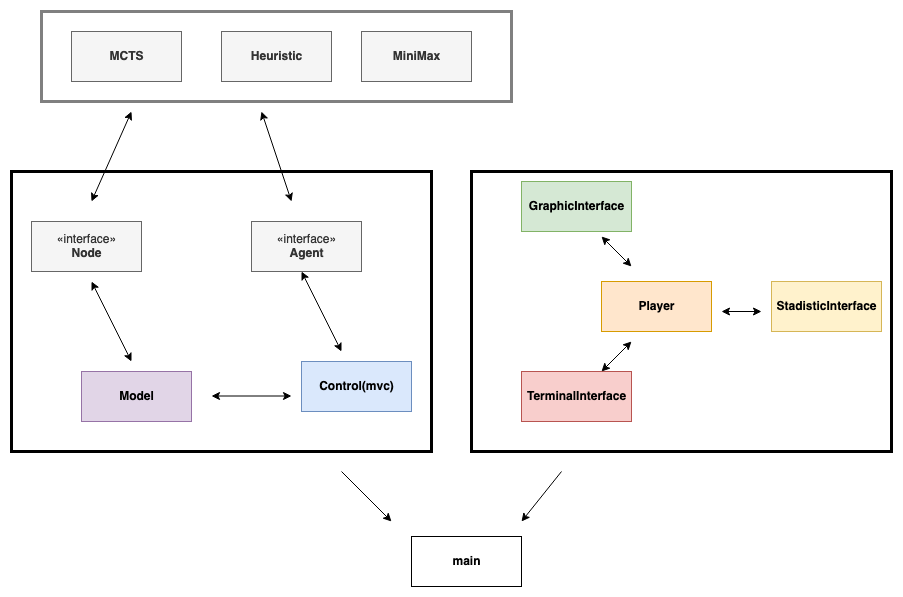
Before: Documentation/graph.png, a diagram exported from draw.io (ipmach/TicTacToe_IA). Source tidied: cells renumbered, new cells last; positions are measured from the earlier drawing's top-left corner, leaving out a move shared by most shapes.
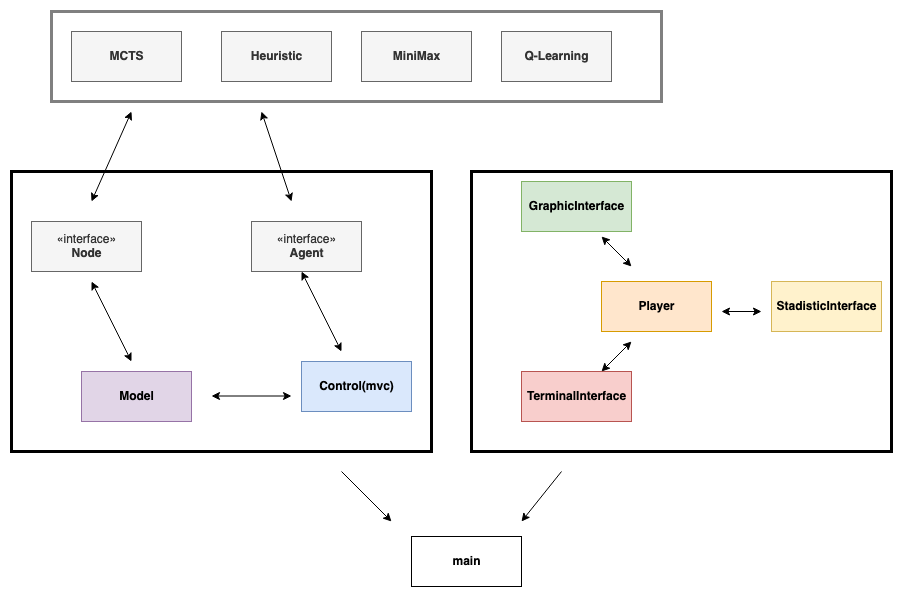
After the change.

The edit, as a diff of the source:
```diff
@@ -60,7 +60,7 @@
       <mxGeometry x="350" y="20" width="110" height="50" as="geometry" />
     </mxCell>
     <mxCell id="16" style="rounded=0;whiteSpace=wrap;html=1;fillColor=none;strokeWidth=3;strokeColor=#808080;" parent="1" vertex="1">
-      <mxGeometry x="30" width="470" height="90" as="geometry" />
+      <mxGeometry x="40" width="610" height="90" as="geometry" />
     </mxCell>
     <mxCell id="17" value="&lt;b&gt;GraphicInterface&lt;/b&gt;" style="html=1;fillColor=#d5e8d4;strokeColor=#82b366;" parent="1" vertex="1">
       <mxGeometry x="510" y="170" width="110" height="50" as="geometry" />
@@ -107,5 +107,8 @@
         <mxPoint x="510" y="510" as="targetPoint" />
       </mxGeometry>
     </mxCell>
+    <mxCell id="27" value="&lt;b&gt;Q-Learning&lt;/b&gt;" style="html=1;fillColor=#f5f5f5;strokeColor=#666666;fontColor=#333333;" parent="1" vertex="1">
+      <mxGeometry x="490" y="20" width="110" height="50" as="geometry" />
+    </mxCell>
   </root>
 </mxGraphModel>
```
